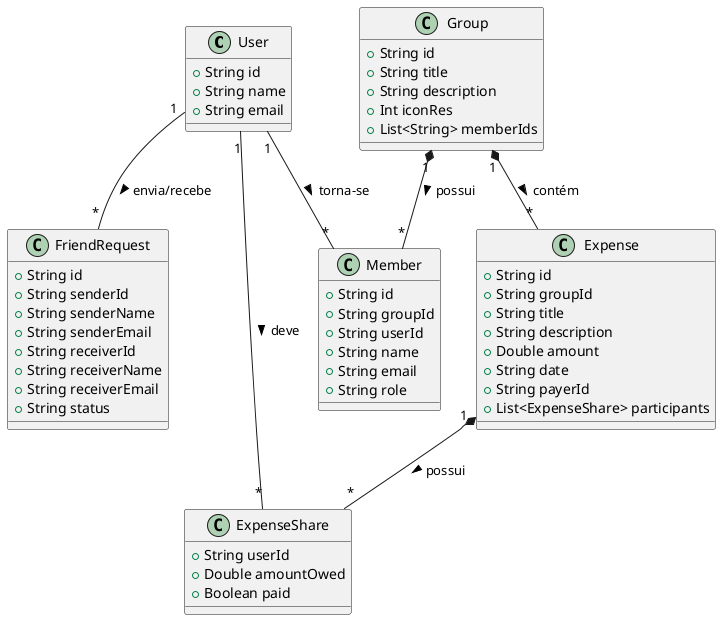
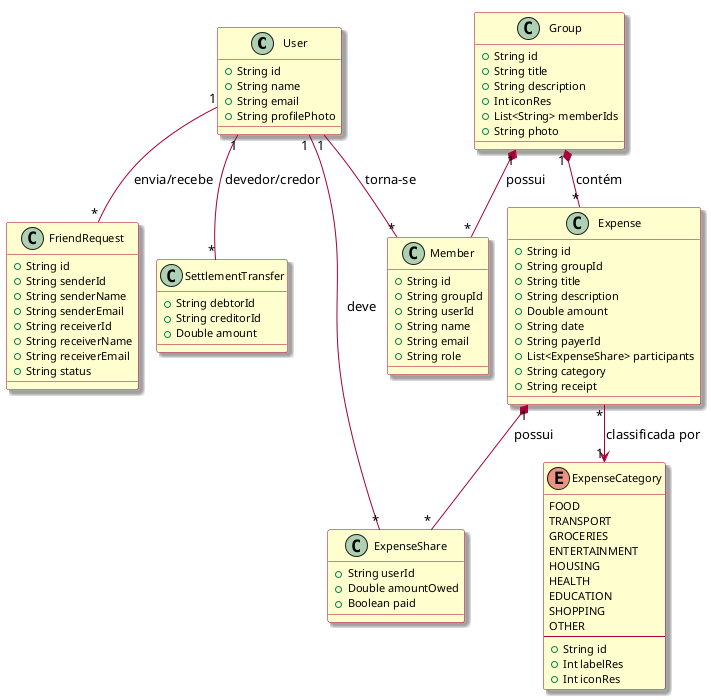
@startuml
+ !pragma layout smetana
+ 
+ skinparam backgroundColor transparent
+ skinparam shadowing true
+ skinparam classFontSize 12
+ skinparam classAttributeFontSize 11
+ skinparam class {
+     BackgroundColor #FEFECE
+     BorderColor #A80036
+     ArrowColor #A80036
+     AttributeIconColor #038048
+     StereotypeFontColor #A80036
+ }
+ skinparam enum {
+     BackgroundColor #FEFECE
+     BorderColor #A80036
+ }
+ 
class User {
    + String id
    + String name
    + String email
+     + String profilePhoto
}

class Group {
    + String id
    + String title
    + String description
    + Int iconRes
    + List<String> memberIds
+     + String photo
}

class Member {
    + String id
    + String groupId
    + String userId
    + String name
    + String email
    + String role
}

class Expense {
    + String id
    + String groupId
    + String title
    + String description
    + Double amount
    + String date
    + String payerId
    + List<ExpenseShare> participants
+     + String category
+     + String receipt
}

class ExpenseShare {
    + String userId
    + Double amountOwed
    + Boolean paid
}

class FriendRequest {
    + String id
    + String senderId
    + String senderName
    + String senderEmail
    + String receiverId
    + String receiverName
    + String receiverEmail
    + String status
}

- ' Relacionamentos Traduzidos
+ enum ExpenseCategory {
+     FOOD
+     TRANSPORT
+     GROCERIES
+     ENTERTAINMENT
+     HOUSING
+     HEALTH
+     EDUCATION
+     SHOPPING
+     OTHER
+     --
+     + String id
+     + Int labelRes
+     + Int iconRes
+ }
+ 
+ class SettlementTransfer {
+     + String debtorId
+     + String creditorId
+     + Double amount
+ }
+ 
+ ' Relacionamentos
User "1" -- "*" Member : torna-se >
Group "1" *-- "*" Member : possui >
Group "1" *-- "*" Expense : contém >
Expense "1" *-- "*" ExpenseShare : possui >
User "1" -- "*" ExpenseShare : deve >
User "1" -- "*" FriendRequest : envia/recebe >
+ Expense "*" --> "1" ExpenseCategory : classificada por >
+ User "1" -- "*" SettlementTransfer : devedor/credor >

- @enduml+ @enduml
